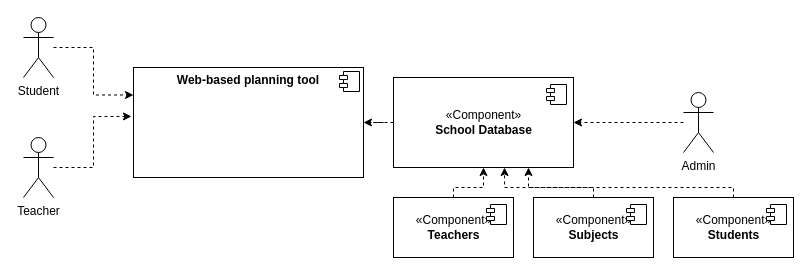
This is diagrams/Untitled Diagram.drawio from die-drei-fragezeichen/eXama, a draw.io file, before an edit. Source tidied: cells renumbered, new cells numbered last; positions are measured from the earlier drawing's top-left corner, leaving out a move shared by most shapes. Both pictures are drawn from the tidied source at 100%, with x=0, y=0 at pixel (23, 17).
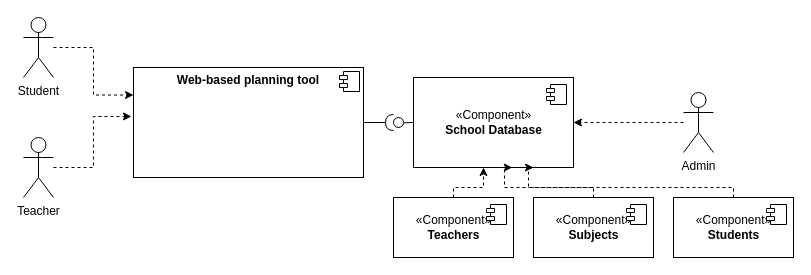
Above is the later version.

The change refers to these unchanged cells:
```xml
<mxCell id="11" value="&lt;p style=&quot;margin: 0px ; margin-top: 6px ; text-align: center&quot;&gt;&lt;b&gt;Web-based planning tool&lt;/b&gt;&lt;/p&gt;" style="align=left;overflow=fill;html=1;" parent="1" vertex="1">
  <mxGeometry x="110" y="50" width="230" height="110" as="geometry" />
</mxCell>
```

What changed in the source:
```diff
@@
-    <mxCell id="2" style="edgeStyle=orthogonalEdgeStyle;rounded=0;jettySize=auto;html=1;entryX=1;entryY=0.5;entryDx=0;entryDy=0;dashed=1;" parent="1" edge="1" source="3" target="11">
-      <mxGeometry relative="1" as="geometry" />
-    </mxCell>
     <mxCell id="3" value="«Component»&lt;br&gt;&lt;b&gt;School Database&lt;/b&gt;" style="html=1;" parent="1" vertex="1">
-      <mxGeometry x="370" y="60" width="180" height="90" as="geometry" />
+      <mxGeometry x="390" y="60" width="160" height="90" as="geometry" />
     </mxCell>
@@
+    <mxCell id="22" style="rounded=0;jettySize=auto;html=1;endArrow=none;endFill=0;exitX=0;exitY=0.5;exitDx=0;exitDy=0;" parent="1" edge="1" source="3" target="24">
+      <mxGeometry relative="1" as="geometry" />
+    </mxCell>
+    <mxCell id="23" style="rounded=0;jettySize=auto;html=1;endArrow=halfCircle;endFill=0;endSize=6;strokeWidth=1;exitX=1;exitY=0.5;exitDx=0;exitDy=0;" parent="1" edge="1" source="11">
+      <mxGeometry relative="1" as="geometry">
+        <mxPoint x="370" y="105" as="targetPoint" />
+      </mxGeometry>
+    </mxCell>
+    <mxCell id="24" style="ellipse;whiteSpace=wrap;html=1;fontFamily=Helvetica;fontSize=12;fontColor=#000000;align=center;strokeColor=#000000;fillColor=#ffffff;points=[];" parent="1" vertex="1">
+      <mxGeometry x="370" y="100" width="10" height="10" as="geometry" />
+    </mxCell>
```
